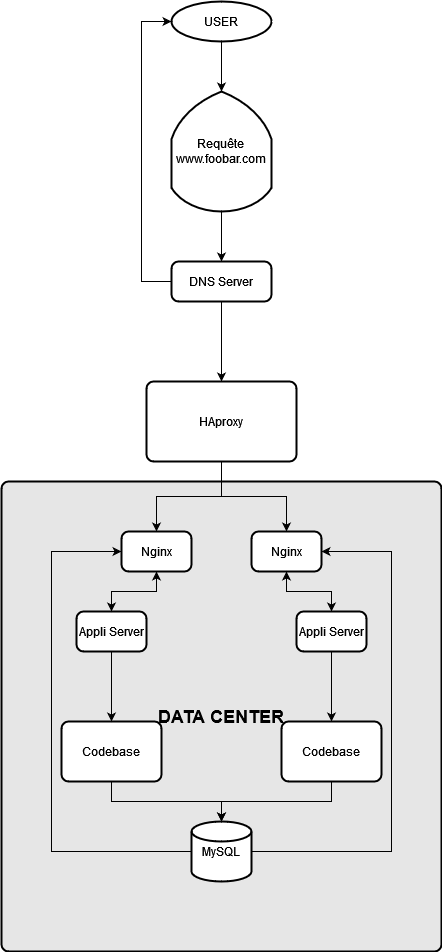
This is web_infrastructure_design/1-distributed_web_infrastructure.png from Erkenoss/holbertonschool-system_engineering-devops, a draw.io export, as it was before one commit. Source tidied: cells renumbered, new cells last; positions are measured from the earlier drawing's top-left corner, leaving out a move shared by most shapes.
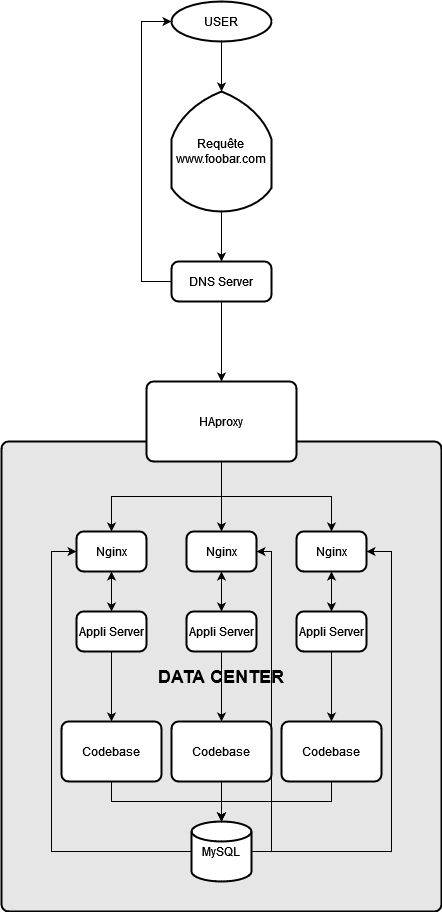
Later version of the same file.

What changed in the source:
```diff
@@ -3,7 +3,7 @@
     <mxCell id="0" />
     <mxCell id="1" parent="0" />
     <mxCell id="2" value="&lt;font style=&quot;font-size: 18px;&quot;&gt;&lt;b&gt;DATA CENTER&lt;br&gt;&lt;/b&gt;&lt;/font&gt;" style="rounded=1;whiteSpace=wrap;html=1;absoluteArcSize=1;arcSize=14;strokeWidth=2;fillColor=#E6E6E6;" parent="1" vertex="1">
-      <mxGeometry y="480" width="440" height="470" as="geometry" />
+      <mxGeometry y="440" width="440" height="470" as="geometry" />
     </mxCell>
     <mxCell id="3" style="edgeStyle=orthogonalEdgeStyle;rounded=0;jettySize=auto;html=1;" parent="1" edge="1" source="4" target="6">
       <mxGeometry relative="1" as="geometry" />
@@ -44,6 +44,14 @@
         </Array>
       </mxGeometry>
     </mxCell>
+    <mxCell id="30" style="edgeStyle=orthogonalEdgeStyle;rounded=0;jettySize=auto;html=1;exitX=1;exitY=0.5;exitDx=0;exitDy=0;exitPerimeter=0;entryX=1;entryY=0.5;entryDx=0;entryDy=0;" parent="1" edge="1" source="12" target="33">
+      <mxGeometry relative="1" as="geometry">
+        <Array as="points">
+          <mxPoint x="270" y="850" />
+          <mxPoint x="270" y="550" />
+        </Array>
+      </mxGeometry>
+    </mxCell>
     <mxCell id="12" value="MySQL" style="strokeWidth=2;html=1;shape=mxgraph.flowchart.database;whiteSpace=wrap;" parent="1" vertex="1">
       <mxGeometry x="190" y="820" width="60" height="60" as="geometry" />
     </mxCell>
@@ -62,6 +70,9 @@
     <mxCell id="15" style="edgeStyle=orthogonalEdgeStyle;rounded=0;jettySize=auto;html=1;exitX=0.5;exitY=1;exitDx=0;exitDy=0;entryX=0.5;entryY=0;entryDx=0;entryDy=0;" parent="1" edge="1" source="16" target="21">
       <mxGeometry relative="1" as="geometry" />
     </mxCell>
+    <mxCell id="31" style="edgeStyle=orthogonalEdgeStyle;rounded=0;jettySize=auto;html=1;exitX=0.5;exitY=1;exitDx=0;exitDy=0;entryX=0.5;entryY=0;entryDx=0;entryDy=0;" parent="1" edge="1" source="16" target="33">
+      <mxGeometry relative="1" as="geometry" />
+    </mxCell>
     <mxCell id="16" value="HAproxy" style="rounded=1;whiteSpace=wrap;html=1;absoluteArcSize=1;arcSize=14;strokeWidth=2;" parent="1" vertex="1">
       <mxGeometry x="145" y="380" width="150" height="80" as="geometry" />
     </mxCell>
@@ -78,13 +89,13 @@
       <mxGeometry relative="1" as="geometry" />
     </mxCell>
     <mxCell id="21" value="Nginx" style="rounded=1;whiteSpace=wrap;html=1;absoluteArcSize=1;arcSize=14;strokeWidth=2;" parent="1" vertex="1">
-      <mxGeometry x="120" y="530" width="70" height="40" as="geometry" />
+      <mxGeometry x="75" y="530" width="70" height="40" as="geometry" />
     </mxCell>
     <mxCell id="22" style="edgeStyle=orthogonalEdgeStyle;rounded=0;jettySize=auto;html=1;exitX=0.5;exitY=1;exitDx=0;exitDy=0;" parent="1" edge="1" source="23" target="26">
       <mxGeometry relative="1" as="geometry" />
     </mxCell>
     <mxCell id="23" value="Nginx" style="rounded=1;whiteSpace=wrap;html=1;absoluteArcSize=1;arcSize=14;strokeWidth=2;" parent="1" vertex="1">
-      <mxGeometry x="250" y="530" width="70" height="40" as="geometry" />
+      <mxGeometry x="295" y="530" width="70" height="40" as="geometry" />
     </mxCell>
     <mxCell id="24" style="edgeStyle=orthogonalEdgeStyle;rounded=0;jettySize=auto;html=1;exitX=0.5;exitY=0;exitDx=0;exitDy=0;entryX=0.5;entryY=1;entryDx=0;entryDy=0;" parent="1" edge="1" source="26" target="23">
       <mxGeometry relative="1" as="geometry" />
@@ -104,5 +115,26 @@
     <mxCell id="29" value="&lt;div&gt;Codebase&lt;/div&gt;" style="rounded=1;whiteSpace=wrap;html=1;absoluteArcSize=1;arcSize=14;strokeWidth=2;" parent="1" vertex="1">
       <mxGeometry x="280" y="720" width="100" height="60" as="geometry" />
     </mxCell>
+    <mxCell id="32" style="edgeStyle=orthogonalEdgeStyle;rounded=0;jettySize=auto;html=1;exitX=0.5;exitY=1;exitDx=0;exitDy=0;" parent="1" edge="1" source="33" target="36">
+      <mxGeometry relative="1" as="geometry" />
+    </mxCell>
+    <mxCell id="33" value="Nginx" style="rounded=1;whiteSpace=wrap;html=1;absoluteArcSize=1;arcSize=14;strokeWidth=2;" parent="1" vertex="1">
+      <mxGeometry x="185" y="530" width="70" height="40" as="geometry" />
+    </mxCell>
+    <mxCell id="34" style="edgeStyle=orthogonalEdgeStyle;rounded=0;jettySize=auto;html=1;exitX=0.5;exitY=0;exitDx=0;exitDy=0;entryX=0.5;entryY=1;entryDx=0;entryDy=0;" parent="1" edge="1" source="36" target="33">
+      <mxGeometry relative="1" as="geometry" />
+    </mxCell>
+    <mxCell id="35" style="edgeStyle=orthogonalEdgeStyle;rounded=0;jettySize=auto;html=1;exitX=0.5;exitY=1;exitDx=0;exitDy=0;entryX=0.5;entryY=0;entryDx=0;entryDy=0;" parent="1" edge="1" source="36" target="38">
+      <mxGeometry relative="1" as="geometry" />
+    </mxCell>
+    <mxCell id="36" value="Appli Server" style="rounded=1;whiteSpace=wrap;html=1;absoluteArcSize=1;arcSize=14;strokeWidth=2;" parent="1" vertex="1">
+      <mxGeometry x="185" y="610" width="70" height="40" as="geometry" />
+    </mxCell>
+    <mxCell id="37" style="edgeStyle=orthogonalEdgeStyle;rounded=0;jettySize=auto;html=1;exitX=0.5;exitY=1;exitDx=0;exitDy=0;" parent="1" edge="1" source="38" target="12">
+      <mxGeometry relative="1" as="geometry" />
+    </mxCell>
+    <mxCell id="38" value="&lt;div&gt;Codebase&lt;/div&gt;" style="rounded=1;whiteSpace=wrap;html=1;absoluteArcSize=1;arcSize=14;strokeWidth=2;" parent="1" vertex="1">
+      <mxGeometry x="170" y="720" width="100" height="60" as="geometry" />
+    </mxCell>
   </root>
 </mxGraphModel>
```
